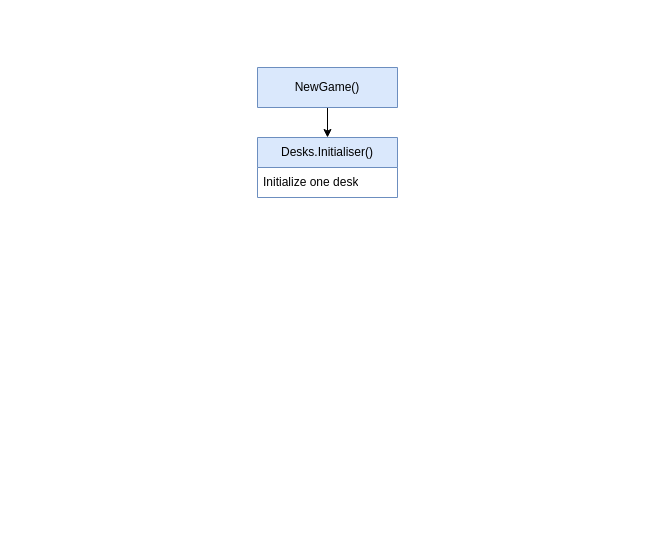
The draw.io diagram Docs/plans/TEST.drawio in PIG-Studio/Projet-Good-doctor, before the edit. Source tidied: cells renumbered, new cells numbered last; positions are measured from the earlier drawing's top-left corner, leaving out a move shared by most shapes. Both pictures are drawn from the tidied source at 100%, with x=0, y=0 at pixel (257, 67).
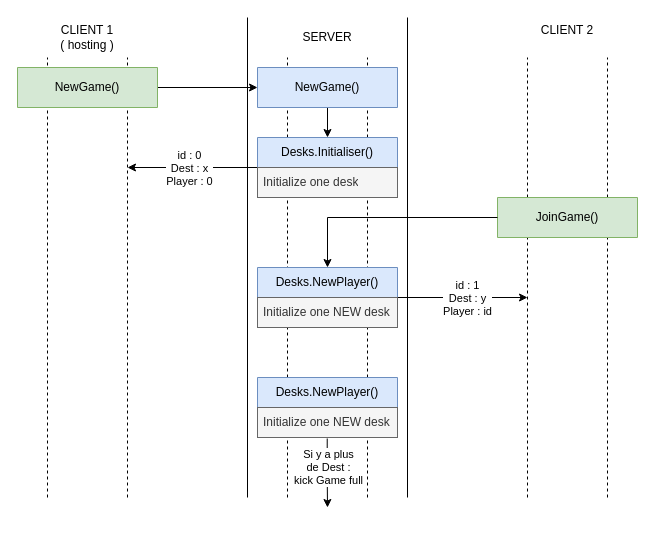
The same page after the edit.

Unchanged cells that the change refers to:
```xml
<mxCell id="3" value="NewGame()" style="swimlane;fontStyle=0;horizontal=1;startSize=60;whiteSpace=wrap;html=1;fillColor=#dae8fc;strokeColor=#6c8ebf;" parent="1" vertex="1">
  <mxGeometry width="140" height="40" as="geometry" />
</mxCell>
<mxCell id="4" value="Desks.Initialiser()" style="swimlane;fontStyle=0;horizontal=1;startSize=30;whiteSpace=wrap;html=1;fillColor=#dae8fc;strokeColor=#6c8ebf;" parent="1" vertex="1">
  <mxGeometry y="70" width="140" height="60" as="geometry" />
</mxCell>
```

Change to the diagram source:
```diff
@@
+    <mxCell id="6" style="endArrow=none;dashed=1;html=1;rounded=0;" parent="1" edge="1">
+      <mxGeometry relative="1" as="geometry">
+        <mxPoint x="110" y="430" as="sourcePoint" />
+        <mxPoint x="110" y="-10" as="targetPoint" />
+      </mxGeometry>
+    </mxCell>
+    <mxCell id="7" style="endArrow=none;dashed=1;html=1;rounded=0;" parent="1" edge="1">
+      <mxGeometry relative="1" as="geometry">
+        <mxPoint x="30" y="430" as="sourcePoint" />
+        <mxPoint x="30" y="-10" as="targetPoint" />
+      </mxGeometry>
+    </mxCell>
@@
+    <mxCell id="8" style="edgeStyle=orthogonalEdgeStyle;rounded=0;jettySize=auto;html=1;exitX=0;exitY=0.5;exitDx=0;exitDy=0;" parent="1" edge="1" source="4">
+      <mxGeometry relative="1" as="geometry">
+        <mxPoint x="-130" y="100" as="targetPoint" />
+      </mxGeometry>
+    </mxCell>
+    <mxCell id="9" value="id : 0&lt;br&gt;Dest : x&lt;br&gt;Player : 0" style="edgeLabel;html=1;align=center;verticalAlign=middle;" parent="8" vertex="1">
+      <mxGeometry x="-0.12" y="-1" relative="1" as="geometry">
+        <mxPoint x="-12" y="1" as="offset" />
+      </mxGeometry>
+    </mxCell>
@@
-    <mxCell id="5" value="Initialize one desk" style="text;strokeColor=none;fillColor=none;align=left;verticalAlign=middle;spacingLeft=4;spacingRight=4;overflow=hidden;whiteSpace=wrap;html=1;" parent="4" vertex="1">
+    <mxCell id="5" value="Initialize one desk" style="text;align=left;verticalAlign=middle;spacingLeft=4;spacingRight=4;overflow=hidden;whiteSpace=wrap;html=1;fillColor=#f5f5f5;fontColor=#333333;strokeColor=#666666;" parent="4" vertex="1">
       <mxGeometry y="30" width="140" height="30" as="geometry" />
     </mxCell>
+    <mxCell id="10" style="endArrow=none;html=1;rounded=0;" parent="1" edge="1">
+      <mxGeometry relative="1" as="geometry">
+        <mxPoint x="-10" y="430" as="sourcePoint" />
+        <mxPoint x="-10" y="-50" as="targetPoint" />
+      </mxGeometry>
+    </mxCell>
+    <mxCell id="11" value="SERVER" style="text;html=1;align=center;verticalAlign=middle;whiteSpace=wrap;rounded=0;" parent="1" vertex="1">
+      <mxGeometry x="40" y="-40" width="60" height="20" as="geometry" />
+    </mxCell>
+    <mxCell id="12" style="edgeStyle=orthogonalEdgeStyle;rounded=0;jettySize=auto;html=1;exitX=1;exitY=0.5;exitDx=0;exitDy=0;" parent="1" edge="1" source="14">
+      <mxGeometry relative="1" as="geometry">
+        <mxPoint x="270" y="230" as="targetPoint" />
+      </mxGeometry>
+    </mxCell>
+    <mxCell id="13" value="id : 1&lt;br&gt;Dest : y&lt;br&gt;Player : id" style="edgeLabel;html=1;align=center;verticalAlign=middle;" parent="12" vertex="1">
+      <mxGeometry x="0.5" y="-2" relative="1" as="geometry">
+        <mxPoint x="-28" y="-2" as="offset" />
+      </mxGeometry>
+    </mxCell>
+    <mxCell id="14" value="Desks.NewPlayer()" style="swimlane;fontStyle=0;horizontal=1;startSize=30;whiteSpace=wrap;html=1;fillColor=#dae8fc;strokeColor=#6c8ebf;" parent="1" vertex="1">
+      <mxGeometry y="200" width="140" height="60" as="geometry" />
+    </mxCell>
+    <mxCell id="15" value="Initialize one NEW desk" style="text;align=left;verticalAlign=middle;spacingLeft=4;spacingRight=4;overflow=hidden;whiteSpace=wrap;html=1;fillColor=#f5f5f5;fontColor=#333333;strokeColor=#666666;" parent="14" vertex="1">
+      <mxGeometry y="30" width="140" height="30" as="geometry" />
+    </mxCell>
+    <mxCell id="16" style="endArrow=none;html=1;rounded=0;" parent="1" edge="1">
+      <mxGeometry relative="1" as="geometry">
+        <mxPoint x="150" y="430" as="sourcePoint" />
+        <mxPoint x="150" y="-50" as="targetPoint" />
+      </mxGeometry>
+    </mxCell>
+    <mxCell id="17" value="&lt;div&gt;CLIENT 1&lt;/div&gt;( hosting )" style="text;html=1;align=center;verticalAlign=middle;whiteSpace=wrap;rounded=0;" parent="1" vertex="1">
+      <mxGeometry x="-200" y="-40" width="60" height="20" as="geometry" />
+    </mxCell>
+    <mxCell id="18" style="endArrow=none;dashed=1;html=1;rounded=0;" parent="1" edge="1">
+      <mxGeometry relative="1" as="geometry">
+        <mxPoint x="-130" y="430" as="sourcePoint" />
+        <mxPoint x="-130" y="-10" as="targetPoint" />
+      </mxGeometry>
+    </mxCell>
+    <mxCell id="19" style="endArrow=none;dashed=1;html=1;rounded=0;" parent="1" edge="1">
+      <mxGeometry relative="1" as="geometry">
+        <mxPoint x="-210" y="430" as="sourcePoint" />
+        <mxPoint x="-210" y="-10" as="targetPoint" />
+      </mxGeometry>
+    </mxCell>
+    <mxCell id="20" style="edgeStyle=orthogonalEdgeStyle;rounded=0;jettySize=auto;html=1;exitX=1;exitY=0.5;exitDx=0;exitDy=0;entryX=0;entryY=0.5;entryDx=0;entryDy=0;" parent="1" edge="1" source="21" target="3">
+      <mxGeometry relative="1" as="geometry" />
+    </mxCell>
+    <mxCell id="21" value="NewGame()" style="swimlane;fontStyle=0;horizontal=1;startSize=60;whiteSpace=wrap;html=1;fillColor=#d5e8d4;strokeColor=#82b366;" parent="1" vertex="1">
+      <mxGeometry x="-240" width="140" height="40" as="geometry" />
+    </mxCell>
+    <mxCell id="22" style="edgeStyle=orthogonalEdgeStyle;rounded=0;jettySize=auto;html=1;exitX=0.498;exitY=1.033;exitDx=0;exitDy=0;exitPerimeter=0;" parent="1" edge="1" source="25">
+      <mxGeometry relative="1" as="geometry">
+        <mxPoint x="70" y="440" as="targetPoint" />
+      </mxGeometry>
+    </mxCell>
+    <mxCell id="23" value="Si y a plus&lt;br&gt;de Dest :&lt;br&gt;kick Game full" style="edgeLabel;html=1;align=center;verticalAlign=middle;" parent="22" vertex="1">
+      <mxGeometry x="0.5" y="-2" relative="1" as="geometry">
+        <mxPoint x="2" y="-23" as="offset" />
+      </mxGeometry>
+    </mxCell>
+    <mxCell id="24" value="Desks.NewPlayer()" style="swimlane;fontStyle=0;horizontal=1;startSize=30;whiteSpace=wrap;html=1;fillColor=#dae8fc;strokeColor=#6c8ebf;" parent="1" vertex="1">
+      <mxGeometry y="310" width="140" height="60" as="geometry" />
+    </mxCell>
+    <mxCell id="25" value="Initialize one NEW desk" style="text;align=left;verticalAlign=middle;spacingLeft=4;spacingRight=4;overflow=hidden;points=[[0,0.5],[1,0.5]];portConstraint=eastwest;whiteSpace=wrap;html=1;fillColor=#f5f5f5;fontColor=#333333;strokeColor=#666666;" parent="24" vertex="1">
+      <mxGeometry y="30" width="140" height="30" as="geometry" />
+    </mxCell>
+    <mxCell id="26" value="&lt;div&gt;CLIENT 2&lt;/div&gt;&lt;div&gt;&lt;br&gt;&lt;/div&gt;" style="text;html=1;align=center;verticalAlign=middle;whiteSpace=wrap;rounded=0;" parent="1" vertex="1">
+      <mxGeometry x="280" y="-40" width="60" height="20" as="geometry" />
+    </mxCell>
+    <mxCell id="27" style="endArrow=none;dashed=1;html=1;rounded=0;" parent="1" edge="1">
+      <mxGeometry relative="1" as="geometry">
+        <mxPoint x="350" y="430" as="sourcePoint" />
+        <mxPoint x="350" y="-10" as="targetPoint" />
+      </mxGeometry>
+    </mxCell>
+    <mxCell id="28" style="endArrow=none;dashed=1;html=1;rounded=0;" parent="1" edge="1">
+      <mxGeometry relative="1" as="geometry">
+        <mxPoint x="270" y="430" as="sourcePoint" />
+        <mxPoint x="270" y="-10" as="targetPoint" />
+      </mxGeometry>
+    </mxCell>
+    <mxCell id="29" value="JoinGame()" style="swimlane;fontStyle=0;horizontal=1;startSize=60;whiteSpace=wrap;html=1;fillColor=#d5e8d4;strokeColor=#82b366;" parent="1" vertex="1">
+      <mxGeometry x="240" y="130" width="140" height="40" as="geometry" />
+    </mxCell>
+    <mxCell id="30" style="edgeStyle=orthogonalEdgeStyle;rounded=0;jettySize=auto;html=1;exitX=0;exitY=0.5;exitDx=0;exitDy=0;entryX=0.5;entryY=0;entryDx=0;entryDy=0;" parent="1" edge="1" source="29" target="14">
+      <mxGeometry relative="1" as="geometry">
+        <Array as="points">
+          <mxPoint x="70" y="150" />
+        </Array>
+      </mxGeometry>
+    </mxCell>
```
